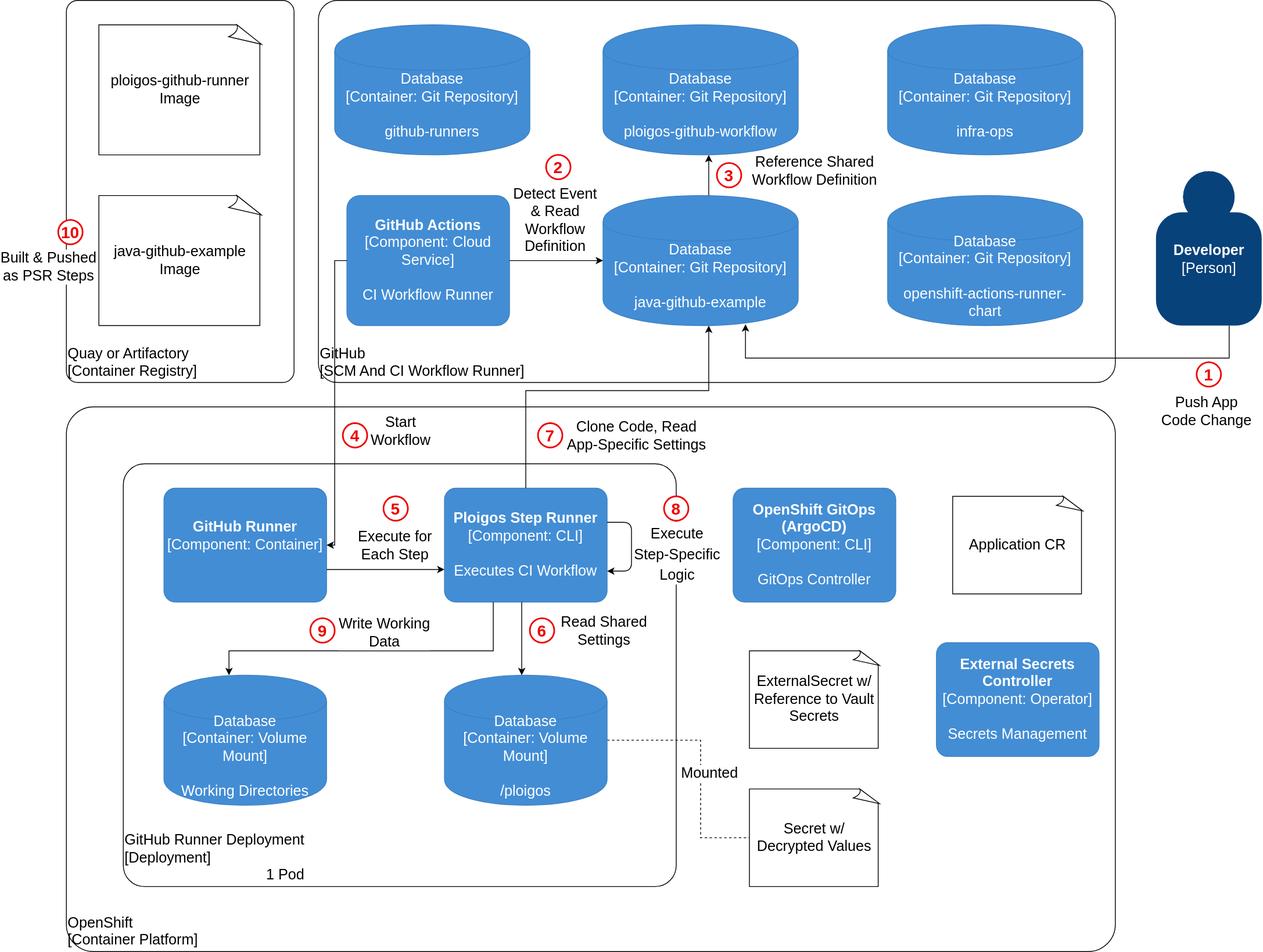
Above: docs/interaction-workflow-execution.svg in ploigos/infra-ops (draw.io), before the change. Source tidied: cells renumbered, new cells last; positions are measured from the earlier drawing's top-left corner, leaving out a move shared by most shapes.
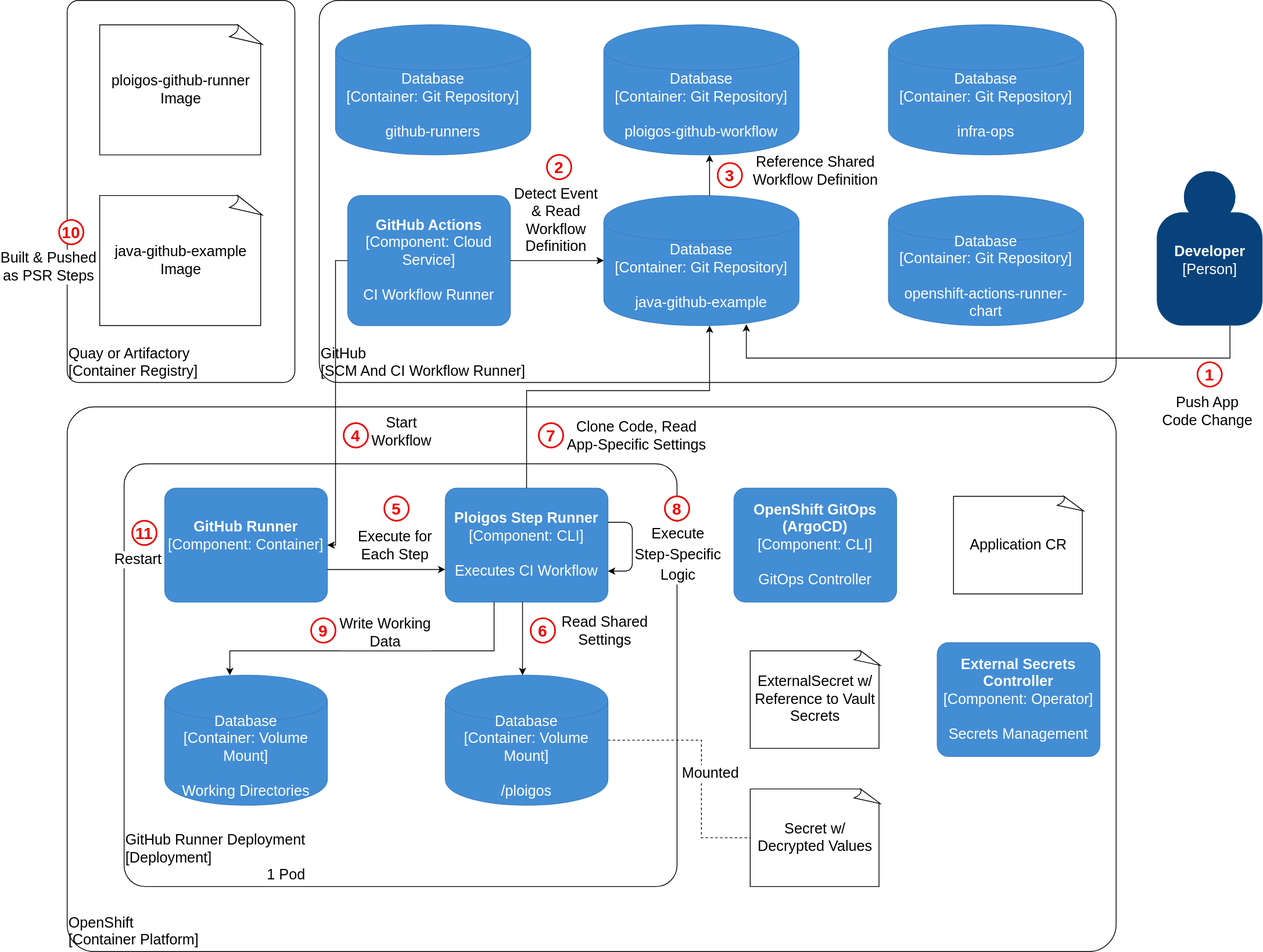
The same diagram one commit later.

Commit message:
Updated documentation to explain that the github runner restarts after the workflow finishes

Change to the diagram source:
```diff
@@ -259,5 +259,13 @@
         <mxPoint x="27" y="7" as="offset" />
       </mxGeometry>
     </mxCell>
+    <mxCell id="54" value="11" style="ellipse;whiteSpace=wrap;html=1;fontSize=20;strokeColor=#EE0000;fontColor=#EE0000;fontStyle=1;strokeWidth=2;" parent="1" vertex="1">
+      <mxGeometry x="130" y="640" width="30" height="30" as="geometry" />
+    </mxCell>
+    <mxCell id="55" value="Restart" style="edgeLabel;html=1;align=center;verticalAlign=middle;fontSize=18;" parent="1" vertex="1">
+      <mxGeometry x="110" y="680" as="geometry">
+        <mxPoint x="27" y="7" as="offset" />
+      </mxGeometry>
+    </mxCell>
   </root>
 </mxGraphModel>
```
